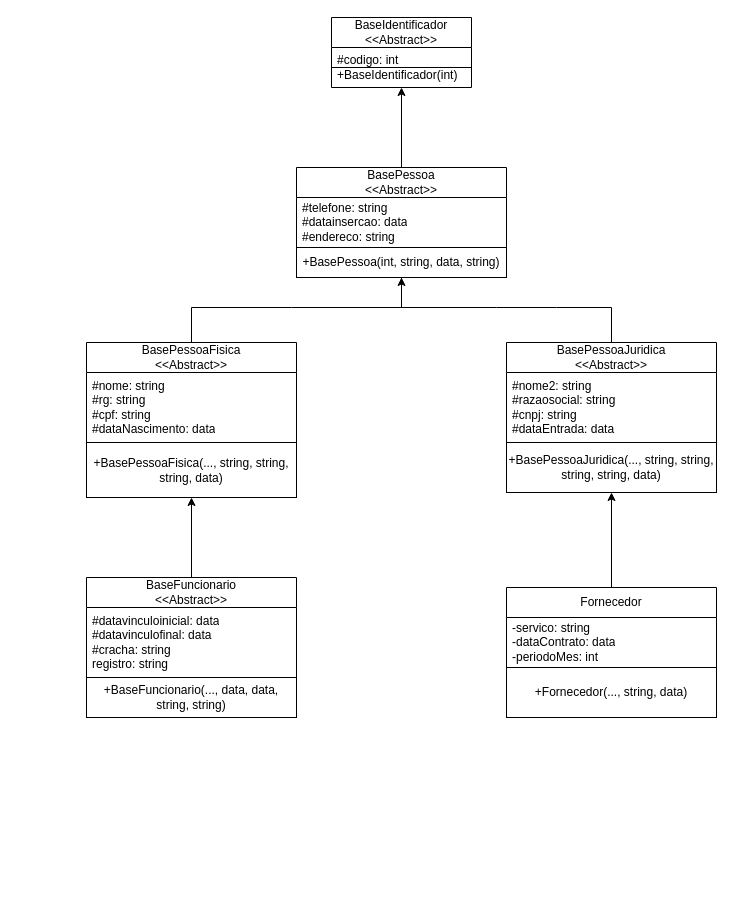
Keese22/projetoestagiario keeps this draw.io diagram as AtividadeEstagiario.drawio. Above is the earlier version. Source tidied: cells renumbered, new cells numbered last; positions are measured from the earlier drawing's top-left corner, leaving out a move shared by most shapes. Both pictures are drawn from the tidied source at 100%, with x=0, y=0 at pixel (86, 17).
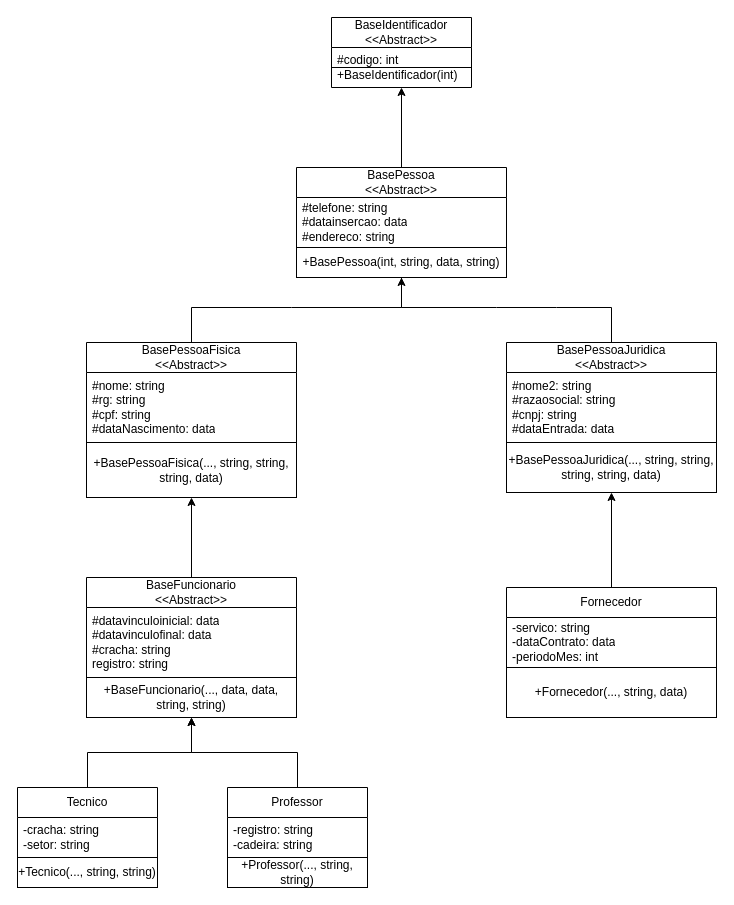
After the change.

Unchanged cells that the change refers to:
```xml
<mxCell id="23" value="+BaseFuncionario(..., data, data, string, string)" style="rounded=0;whiteSpace=wrap;html=1;" parent="1" vertex="1">
  <mxGeometry y="660" width="210" height="40" as="geometry" />
</mxCell>
```

Change to the diagram source:
```diff
@@
+    <mxCell id="25" style="edgeStyle=orthogonalEdgeStyle;rounded=0;jettySize=auto;html=1;exitX=0.5;exitY=0;exitDx=0;exitDy=0;entryX=0.5;entryY=1;entryDx=0;entryDy=0;" parent="1" edge="1" source="26" target="23">
+      <mxGeometry relative="1" as="geometry" />
+    </mxCell>
+    <mxCell id="26" value="Tecnico" style="swimlane;fontStyle=0;horizontal=1;startSize=30;whiteSpace=wrap;html=1;" parent="1" vertex="1">
+      <mxGeometry x="-69" y="770" width="140" height="70" as="geometry" />
+    </mxCell>
+    <mxCell id="27" value="-cracha: string&lt;br&gt;-setor: string" style="text;strokeColor=none;fillColor=none;align=left;verticalAlign=middle;spacingLeft=4;spacingRight=4;overflow=hidden;whiteSpace=wrap;html=1;" parent="26" vertex="1">
+      <mxGeometry y="30" width="140" height="40" as="geometry" />
+    </mxCell>
+    <mxCell id="28" value="+Tecnico(..., string, string)" style="rounded=0;whiteSpace=wrap;html=1;" parent="1" vertex="1">
+      <mxGeometry x="-69" y="840" width="140" height="30" as="geometry" />
+    </mxCell>
+    <mxCell id="29" style="edgeStyle=orthogonalEdgeStyle;rounded=0;jettySize=auto;html=1;exitX=0.5;exitY=0;exitDx=0;exitDy=0;entryX=0.5;entryY=1;entryDx=0;entryDy=0;" parent="1" edge="1" source="30" target="23">
+      <mxGeometry relative="1" as="geometry" />
+    </mxCell>
+    <mxCell id="30" value="Professor" style="swimlane;fontStyle=0;horizontal=1;startSize=30;whiteSpace=wrap;html=1;" parent="1" vertex="1">
+      <mxGeometry x="141" y="770" width="140" height="70" as="geometry" />
+    </mxCell>
+    <mxCell id="31" value="-registro: string&lt;br&gt;-cadeira: string" style="text;strokeColor=none;fillColor=none;align=left;verticalAlign=middle;spacingLeft=4;spacingRight=4;overflow=hidden;whiteSpace=wrap;html=1;" parent="30" vertex="1">
+      <mxGeometry y="30" width="140" height="40" as="geometry" />
+    </mxCell>
+    <mxCell id="32" value="+Professor(..., string, string)" style="rounded=0;whiteSpace=wrap;html=1;" parent="1" vertex="1">
+      <mxGeometry x="141" y="840" width="140" height="30" as="geometry" />
+    </mxCell>
```
